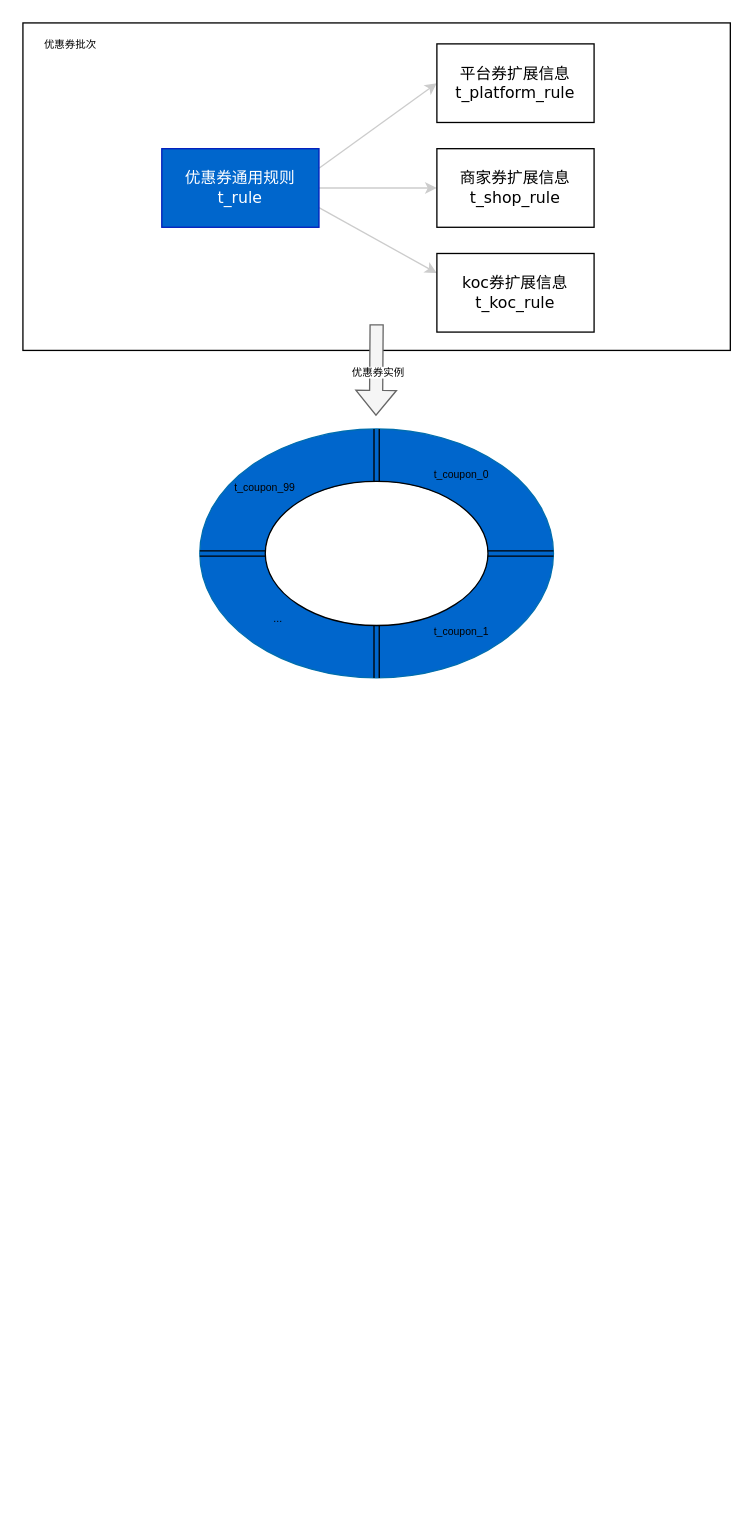
Before: page "Page-27" (26 of 31) of Untitled Diagram.drawio in zengcrvip/basedemo, a draw.io diagram. Source tidied: cells renumbered, new cells numbered last; positions are measured from the earlier drawing's top-left corner, leaving out a move shared by most shapes. Both pictures are drawn from the tidied source at 131%, with x=0, y=0 at pixel (22, 22).
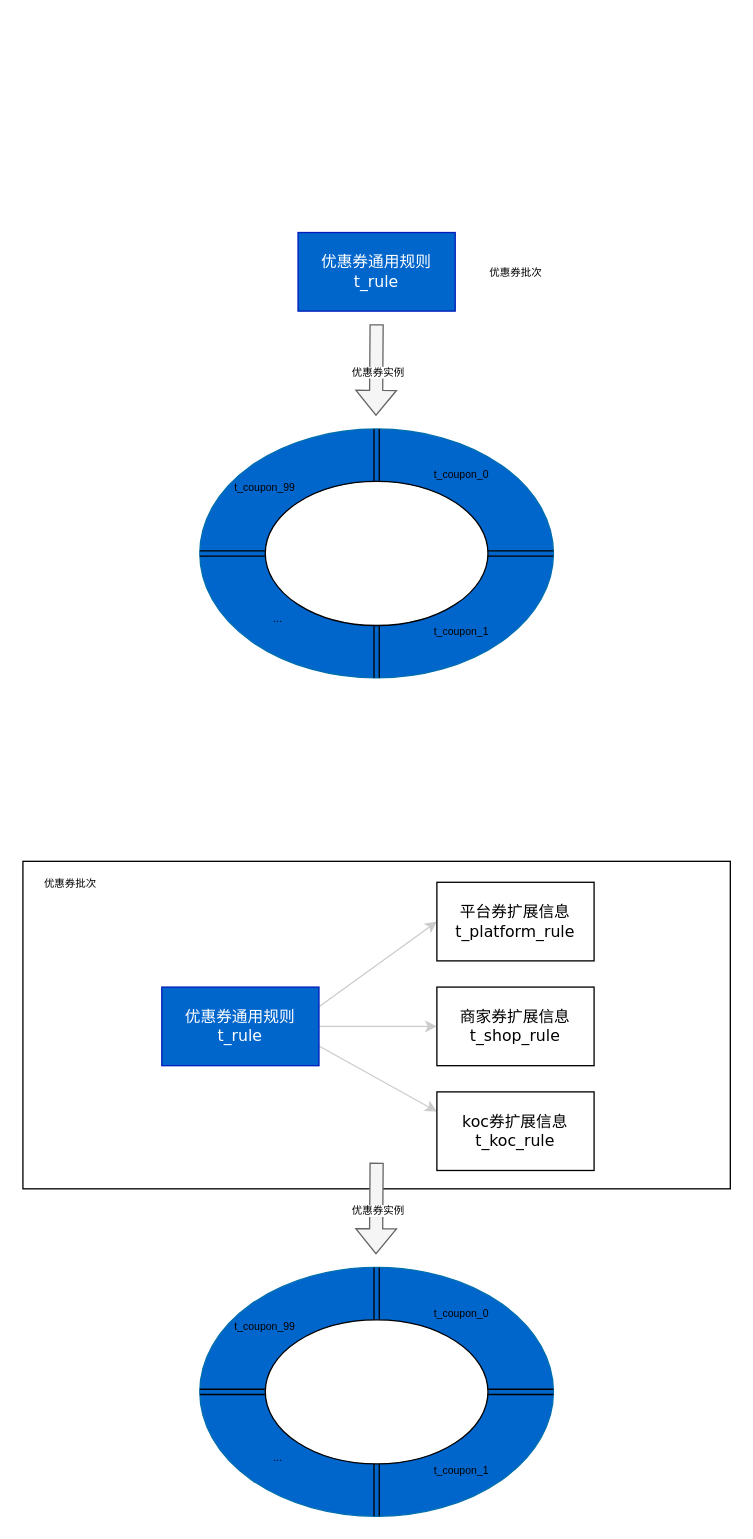
The same page after the edit.

Change to the diagram source:
```diff
@@
-    <mxCell id="2" style="rounded=0;whiteSpace=wrap;html=1;labelBorderColor=default;fontSize=8;" parent="1" vertex="1">
-      <mxGeometry width="540" height="250" as="geometry" />
-    </mxCell>
@@
-    <mxCell id="5" style="edgeStyle=none;rounded=1;jettySize=auto;html=1;exitX=1;exitY=0.25;exitDx=0;exitDy=0;entryX=0;entryY=0.5;entryDx=0;entryDy=0;labelBackgroundColor=default;fontFamily=Verdana;fontSize=12;fontColor=#000000;strokeColor=#CCCCCC;labelBorderColor=default;" parent="1" edge="1" source="8" target="9">
-      <mxGeometry relative="1" as="geometry" />
-    </mxCell>
-    <mxCell id="6" style="edgeStyle=none;rounded=1;jettySize=auto;html=1;exitX=1;exitY=0.5;exitDx=0;exitDy=0;entryX=0;entryY=0.5;entryDx=0;entryDy=0;labelBackgroundColor=default;fontFamily=Verdana;fontSize=12;fontColor=#000000;strokeColor=#CCCCCC;labelBorderColor=default;" parent="1" edge="1" source="8" target="10">
-      <mxGeometry relative="1" as="geometry" />
-    </mxCell>
-    <mxCell id="7" style="edgeStyle=none;rounded=1;jettySize=auto;html=1;exitX=1;exitY=0.75;exitDx=0;exitDy=0;entryX=0;entryY=0.25;entryDx=0;entryDy=0;labelBackgroundColor=default;fontFamily=Verdana;fontSize=12;fontColor=#000000;strokeColor=#CCCCCC;labelBorderColor=default;" parent="1" edge="1" source="8" target="11">
-      <mxGeometry relative="1" as="geometry" />
-    </mxCell>
     <mxCell id="8" value="优惠券通用规则 t_rule" style="rounded=0;whiteSpace=wrap;html=1;fontFamily=Verdana;fontSize=12;align=center;fillColor=#0066CC;strokeColor=#001DBC;labelBorderColor=none;fontColor=#ffffff;" parent="1" vertex="1">
-      <mxGeometry x="106" y="96" width="120" height="60" as="geometry" />
+      <mxGeometry x="210" y="160" width="120" height="60" as="geometry" />
     </mxCell>
-    <mxCell id="9" value="平台券扩展信息&lt;br&gt;t_&lt;span&gt;platform_rule&lt;br&gt;&lt;/span&gt;" style="rounded=0;whiteSpace=wrap;html=1;fontFamily=Verdana;fontSize=12;fontColor=#000000;align=center;labelBorderColor=none;" parent="1" vertex="1">
-      <mxGeometry x="316" y="16" width="120" height="60" as="geometry" />
-    </mxCell>
-    <mxCell id="10" value="商家券扩展信息&lt;br&gt;t_shop&lt;span&gt;_rule&lt;br&gt;&lt;/span&gt;" style="rounded=0;whiteSpace=wrap;html=1;fontFamily=Verdana;fontSize=12;fontColor=#000000;align=center;labelBorderColor=none;" parent="1" vertex="1">
-      <mxGeometry x="316" y="96" width="120" height="60" as="geometry" />
-    </mxCell>
-    <mxCell id="11" value="koc券扩展信息&lt;br&gt;t_koc&lt;span&gt;_rule&lt;br&gt;&lt;/span&gt;" style="rounded=0;whiteSpace=wrap;html=1;fontFamily=Verdana;fontSize=12;fontColor=#000000;align=center;labelBorderColor=none;" parent="1" vertex="1">
-      <mxGeometry x="316" y="176" width="120" height="60" as="geometry" />
-    </mxCell>
@@
     <mxCell id="23" value="优惠券批次" style="edgeLabel;html=1;align=center;verticalAlign=middle;fontSize=8;" parent="1" vertex="1">
-      <mxGeometry x="35" y="16" as="geometry" />
+      <mxGeometry x="375" y="190" as="geometry" />
     </mxCell>
+    <mxCell id="24" style="rounded=0;whiteSpace=wrap;html=1;labelBorderColor=default;fontSize=8;" parent="1" vertex="1">
+      <mxGeometry y="640" width="540" height="250" as="geometry" />
+    </mxCell>
+    <mxCell id="25" style="ellipse;whiteSpace=wrap;html=1;fillColor=#0066CC;strokeColor=#006EAF;fontColor=#ffffff;" parent="1" vertex="1">
+      <mxGeometry x="135" y="950" width="270" height="190" as="geometry" />
+    </mxCell>
+    <mxCell id="26" style="edgeStyle=none;rounded=0;jettySize=auto;html=1;exitX=0.5;exitY=0;exitDx=0;exitDy=0;entryX=0.5;entryY=0;entryDx=0;entryDy=0;strokeColor=#000000;shape=link;" parent="1" edge="1" source="25" target="34">
+      <mxGeometry relative="1" as="geometry" />
+    </mxCell>
+    <mxCell id="27" style="edgeStyle=none;rounded=1;jettySize=auto;html=1;exitX=1;exitY=0.25;exitDx=0;exitDy=0;entryX=0;entryY=0.5;entryDx=0;entryDy=0;labelBackgroundColor=default;fontFamily=Verdana;fontSize=12;fontColor=#000000;strokeColor=#CCCCCC;labelBorderColor=default;" parent="1" edge="1" source="30" target="9">
+      <mxGeometry relative="1" as="geometry" />
+    </mxCell>
+    <mxCell id="28" style="edgeStyle=none;rounded=1;jettySize=auto;html=1;exitX=1;exitY=0.5;exitDx=0;exitDy=0;entryX=0;entryY=0.5;entryDx=0;entryDy=0;labelBackgroundColor=default;fontFamily=Verdana;fontSize=12;fontColor=#000000;strokeColor=#CCCCCC;labelBorderColor=default;" parent="1" edge="1" source="30" target="10">
+      <mxGeometry relative="1" as="geometry" />
+    </mxCell>
+    <mxCell id="29" style="edgeStyle=none;rounded=1;jettySize=auto;html=1;exitX=1;exitY=0.75;exitDx=0;exitDy=0;entryX=0;entryY=0.25;entryDx=0;entryDy=0;labelBackgroundColor=default;fontFamily=Verdana;fontSize=12;fontColor=#000000;strokeColor=#CCCCCC;labelBorderColor=default;" parent="1" edge="1" source="30" target="11">
+      <mxGeometry relative="1" as="geometry" />
+    </mxCell>
+    <mxCell id="30" value="优惠券通用规则 t_rule" style="rounded=0;whiteSpace=wrap;html=1;fontFamily=Verdana;fontSize=12;align=center;fillColor=#0066CC;strokeColor=#001DBC;labelBorderColor=none;fontColor=#ffffff;" parent="1" vertex="1">
+      <mxGeometry x="106" y="736" width="120" height="60" as="geometry" />
+    </mxCell>
+    <mxCell id="9" value="平台券扩展信息&lt;br&gt;t_&lt;span&gt;platform_rule&lt;br&gt;&lt;/span&gt;" style="rounded=0;whiteSpace=wrap;html=1;fontFamily=Verdana;fontSize=12;fontColor=#000000;align=center;labelBorderColor=none;" parent="1" vertex="1">
+      <mxGeometry x="316" y="656" width="120" height="60" as="geometry" />
+    </mxCell>
+    <mxCell id="10" value="商家券扩展信息&lt;br&gt;t_shop&lt;span&gt;_rule&lt;br&gt;&lt;/span&gt;" style="rounded=0;whiteSpace=wrap;html=1;fontFamily=Verdana;fontSize=12;fontColor=#000000;align=center;labelBorderColor=none;" parent="1" vertex="1">
+      <mxGeometry x="316" y="736" width="120" height="60" as="geometry" />
+    </mxCell>
+    <mxCell id="11" value="koc券扩展信息&lt;br&gt;t_koc&lt;span&gt;_rule&lt;br&gt;&lt;/span&gt;" style="rounded=0;whiteSpace=wrap;html=1;fontFamily=Verdana;fontSize=12;fontColor=#000000;align=center;labelBorderColor=none;" parent="1" vertex="1">
+      <mxGeometry x="316" y="816" width="120" height="60" as="geometry" />
+    </mxCell>
+    <mxCell id="31" style="edgeStyle=none;shape=link;rounded=0;jettySize=auto;html=1;exitX=1;exitY=0.5;exitDx=0;exitDy=0;strokeColor=#000000;" parent="1" edge="1" source="34" target="25">
+      <mxGeometry relative="1" as="geometry" />
+    </mxCell>
+    <mxCell id="32" style="edgeStyle=none;shape=link;rounded=0;jettySize=auto;html=1;exitX=0.5;exitY=1;exitDx=0;exitDy=0;strokeColor=#000000;" parent="1" edge="1" source="34" target="25">
+      <mxGeometry relative="1" as="geometry" />
+    </mxCell>
+    <mxCell id="33" style="edgeStyle=none;shape=link;rounded=0;jettySize=auto;html=1;exitX=0;exitY=0.5;exitDx=0;exitDy=0;strokeColor=#000000;" parent="1" edge="1" source="34" target="25">
+      <mxGeometry relative="1" as="geometry" />
+    </mxCell>
+    <mxCell id="34" style="ellipse;whiteSpace=wrap;html=1;" parent="1" vertex="1">
+      <mxGeometry x="185" y="990" width="170" height="110" as="geometry" />
+    </mxCell>
+    <mxCell id="35" style="edgeStyle=none;rounded=0;orthogonalLoop=1;jettySize=auto;html=1;exitX=0.5;exitY=0;exitDx=0;exitDy=0;strokeColor=#000000;" parent="1" edge="1" source="25" target="25">
+      <mxGeometry relative="1" as="geometry" />
+    </mxCell>
+    <mxCell id="36" value="&lt;font style=&quot;font-size: 8px&quot;&gt;t_coupon_0&lt;/font&gt;" style="text;html=1;strokeColor=none;fillColor=none;align=center;verticalAlign=middle;whiteSpace=wrap;rounded=0;fontSize=8;" parent="1" vertex="1">
+      <mxGeometry x="305" y="970" width="60" height="30" as="geometry" />
+    </mxCell>
+    <mxCell id="37" value="&lt;font style=&quot;font-size: 8px&quot;&gt;t_coupon_1&lt;/font&gt;" style="text;html=1;strokeColor=none;fillColor=none;align=center;verticalAlign=middle;whiteSpace=wrap;rounded=0;fontSize=8;" parent="1" vertex="1">
+      <mxGeometry x="305" y="1090" width="60" height="30" as="geometry" />
+    </mxCell>
+    <mxCell id="38" value="&lt;font style=&quot;font-size: 8px&quot;&gt;t_coupon_99&lt;/font&gt;" style="text;html=1;strokeColor=none;fillColor=none;align=center;verticalAlign=middle;whiteSpace=wrap;rounded=0;fontSize=8;" parent="1" vertex="1">
+      <mxGeometry x="155" y="980" width="60" height="30" as="geometry" />
+    </mxCell>
+    <mxCell id="39" value="&lt;font style=&quot;font-size: 8px&quot;&gt;...&lt;/font&gt;" style="text;html=1;strokeColor=none;fillColor=none;align=center;verticalAlign=middle;whiteSpace=wrap;rounded=0;fontSize=8;" parent="1" vertex="1">
+      <mxGeometry x="165" y="1080" width="60" height="30" as="geometry" />
+    </mxCell>
+    <mxCell id="40" style="shape=flexArrow;endArrow=classic;html=1;rounded=0;fontSize=8;strokeColor=#666666;fillColor=#f5f5f5;" parent="1" edge="1">
+      <mxGeometry relative="1" as="geometry">
+        <mxPoint x="270" y="870" as="sourcePoint" />
+        <mxPoint x="269.5" y="940" as="targetPoint" />
+      </mxGeometry>
+    </mxCell>
+    <mxCell id="41" value="优惠券实例" style="edgeLabel;html=1;align=center;verticalAlign=middle;fontSize=8;" parent="40" vertex="1">
+      <mxGeometry x="-0.07" y="2" relative="1" as="geometry">
+        <mxPoint x="-1" y="3" as="offset" />
+      </mxGeometry>
+    </mxCell>
+    <mxCell id="42" value="优惠券批次" style="edgeLabel;html=1;align=center;verticalAlign=middle;fontSize=8;" parent="1" vertex="1">
+      <mxGeometry x="35" y="656" as="geometry" />
+    </mxCell>
```
